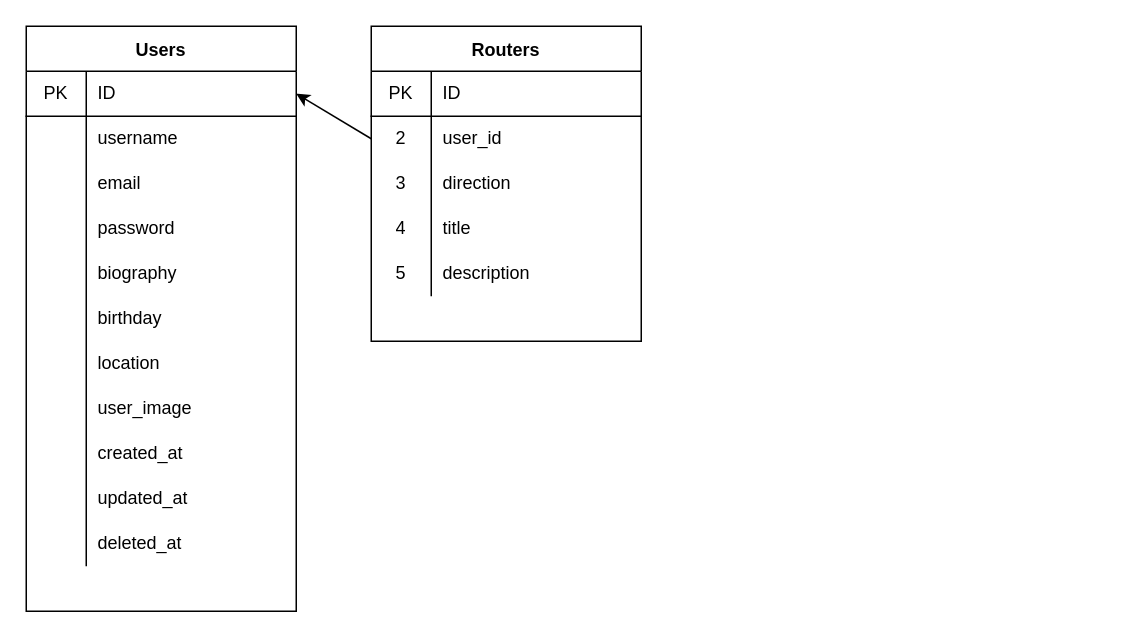
This is api/ER.drawio from mamyudapao/CyclingRouter, a draw.io file, before an edit. Source tidied: cells renumbered, new cells numbered last; positions are measured from the earlier drawing's top-left corner, leaving out a move shared by most shapes. Both pictures are drawn from the tidied source at 150%, with x=0, y=0 at pixel (26, 26).
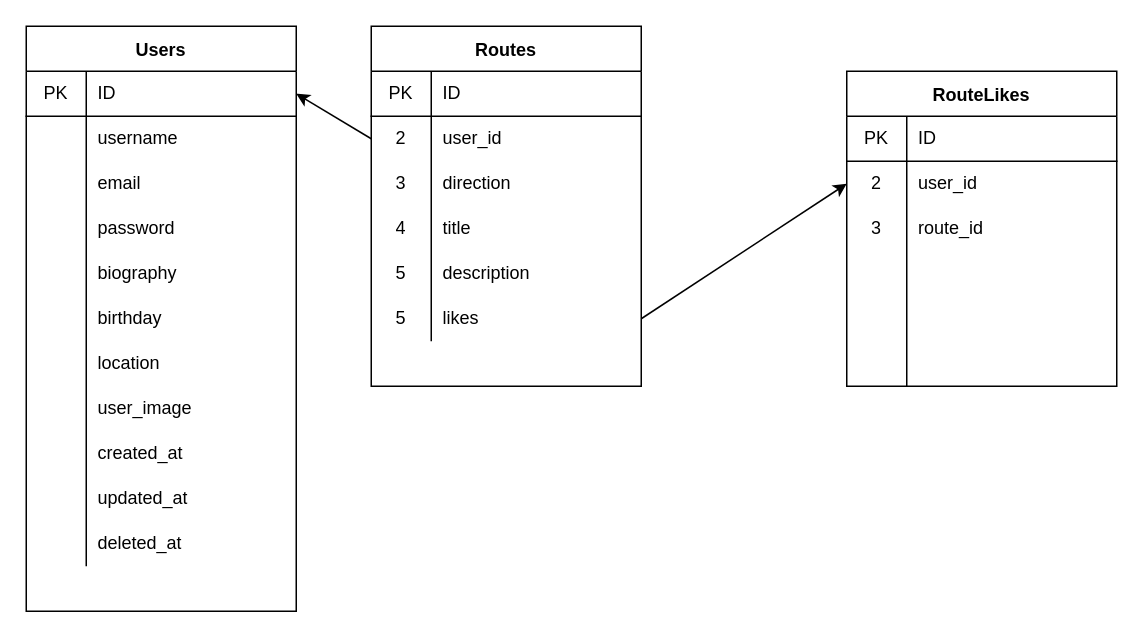
Above is the later version.

What changed in the source:
```diff
@@
+    <mxCell id="53" style="edgeStyle=none;html=1;exitX=1;exitY=0.5;exitDx=0;exitDy=0;entryX=0;entryY=0.5;entryDx=0;entryDy=0;" parent="1" edge="1" source="54" target="61">
+      <mxGeometry relative="1" as="geometry" />
+    </mxCell>
-    <mxCell id="37" value="Routers" style="shape=table;startSize=30;childLayout=tableLayout;rowLines=0;fontStyle=1;align=center;" parent="1" vertex="1">
-      <mxGeometry x="230" width="180" height="210" as="geometry" />
+    <mxCell id="37" value="Routes" style="shape=table;startSize=30;childLayout=tableLayout;rowLines=0;fontStyle=1;align=center;" parent="1" vertex="1">
+      <mxGeometry x="230" width="180" height="240" as="geometry" />
     </mxCell>
@@
+    <mxCell id="54" style="shape=partialRectangle;html=1;whiteSpace=wrap;fillColor=none;top=0;left=0;bottom=0;right=0;points=[[0,0.5],[1,0.5]];portConstraint=eastwest;" parent="37" vertex="1">
+      <mxGeometry y="180" width="180" height="30" as="geometry" />
+    </mxCell>
+    <mxCell id="55" value="5" style="shape=partialRectangle;html=1;whiteSpace=wrap;fillColor=none;top=0;left=0;bottom=0;right=0;overflow=hidden;" parent="54" vertex="1">
+      <mxGeometry width="40" height="30" as="geometry" />
+    </mxCell>
+    <mxCell id="56" value="likes" style="shape=partialRectangle;html=1;whiteSpace=wrap;fillColor=none;top=0;left=0;bottom=0;right=0;align=left;spacingLeft=6;overflow=hidden;" parent="54" vertex="1">
+      <mxGeometry x="40" width="140" height="30" as="geometry" />
+    </mxCell>
+    <mxCell id="57" value="RouteLikes" style="shape=table;startSize=30;childLayout=tableLayout;rowLines=0;fontStyle=1;align=center;" parent="1" vertex="1">
+      <mxGeometry x="547" y="30" width="180" height="210" as="geometry" />
+    </mxCell>
+    <mxCell id="58" style="shape=partialRectangle;html=1;whiteSpace=wrap;fillColor=none;top=0;left=0;bottom=1;right=0;" parent="57" vertex="1">
+      <mxGeometry y="30" width="180" height="30" as="geometry" />
+    </mxCell>
+    <mxCell id="59" value="PK&lt;br&gt;" style="shape=partialRectangle;html=1;whiteSpace=wrap;fillColor=none;top=0;left=0;bottom=0;right=0;overflow=hidden;" parent="58" vertex="1">
+      <mxGeometry width="40" height="30" as="geometry" />
+    </mxCell>
+    <mxCell id="60" value="ID" style="shape=partialRectangle;html=1;whiteSpace=wrap;fillColor=none;top=0;left=0;bottom=0;right=0;align=left;spacingLeft=6;overflow=hidden;" parent="58" vertex="1">
+      <mxGeometry x="40" width="140" height="30" as="geometry" />
+    </mxCell>
+    <mxCell id="61" style="shape=partialRectangle;html=1;whiteSpace=wrap;fillColor=none;top=0;left=0;bottom=0;right=0;points=[[0,0.5],[1,0.5]];portConstraint=eastwest;" parent="57" vertex="1">
+      <mxGeometry y="60" width="180" height="30" as="geometry" />
+    </mxCell>
+    <mxCell id="62" value="2" style="shape=partialRectangle;html=1;whiteSpace=wrap;fillColor=none;top=0;left=0;bottom=0;right=0;overflow=hidden;" parent="61" vertex="1">
+      <mxGeometry width="40" height="30" as="geometry" />
+    </mxCell>
+    <mxCell id="63" value="user_id" style="shape=partialRectangle;html=1;whiteSpace=wrap;fillColor=none;top=0;left=0;bottom=0;right=0;align=left;spacingLeft=6;overflow=hidden;" parent="61" vertex="1">
+      <mxGeometry x="40" width="140" height="30" as="geometry" />
+    </mxCell>
+    <mxCell id="64" style="shape=partialRectangle;html=1;whiteSpace=wrap;fillColor=none;top=0;left=0;bottom=0;right=0;" parent="57" vertex="1">
+      <mxGeometry y="90" width="180" height="30" as="geometry" />
+    </mxCell>
+    <mxCell id="65" value="3" style="shape=partialRectangle;html=1;whiteSpace=wrap;fillColor=none;top=0;left=0;bottom=0;right=0;overflow=hidden;" parent="64" vertex="1">
+      <mxGeometry width="40" height="30" as="geometry" />
+    </mxCell>
+    <mxCell id="66" value="route_id" style="shape=partialRectangle;html=1;whiteSpace=wrap;fillColor=none;top=0;left=0;bottom=0;right=0;align=left;spacingLeft=6;overflow=hidden;" parent="64" vertex="1">
+      <mxGeometry x="40" width="140" height="30" as="geometry" />
+    </mxCell>
+    <mxCell id="67" style="shape=partialRectangle;html=1;whiteSpace=wrap;fillColor=none;top=0;left=0;bottom=0;right=0;" parent="57" vertex="1">
+      <mxGeometry y="120" width="180" height="30" as="geometry" />
+    </mxCell>
+    <mxCell id="68" style="shape=partialRectangle;html=1;whiteSpace=wrap;fillColor=none;top=0;left=0;bottom=0;right=0;overflow=hidden;" parent="67" vertex="1">
+      <mxGeometry width="40" height="30" as="geometry" />
+    </mxCell>
+    <mxCell id="69" style="shape=partialRectangle;html=1;whiteSpace=wrap;fillColor=none;top=0;left=0;bottom=0;right=0;align=left;spacingLeft=6;overflow=hidden;" parent="67" vertex="1">
+      <mxGeometry x="40" width="140" height="30" as="geometry" />
+    </mxCell>
+    <mxCell id="70" style="shape=partialRectangle;html=1;whiteSpace=wrap;fillColor=none;top=0;left=0;bottom=0;right=0;" parent="57" vertex="1">
+      <mxGeometry y="150" width="180" height="30" as="geometry" />
+    </mxCell>
+    <mxCell id="71" style="shape=partialRectangle;html=1;whiteSpace=wrap;fillColor=none;top=0;left=0;bottom=0;right=0;overflow=hidden;" parent="70" vertex="1">
+      <mxGeometry width="40" height="30" as="geometry" />
+    </mxCell>
+    <mxCell id="72" style="shape=partialRectangle;html=1;whiteSpace=wrap;fillColor=none;top=0;left=0;bottom=0;right=0;align=left;spacingLeft=6;overflow=hidden;" parent="70" vertex="1">
+      <mxGeometry x="40" width="140" height="30" as="geometry" />
+    </mxCell>
+    <mxCell id="73" style="shape=partialRectangle;html=1;whiteSpace=wrap;fillColor=none;top=0;left=0;bottom=0;right=0;" parent="57" vertex="1">
+      <mxGeometry y="180" width="180" height="30" as="geometry" />
+    </mxCell>
+    <mxCell id="74" style="shape=partialRectangle;html=1;whiteSpace=wrap;fillColor=none;top=0;left=0;bottom=0;right=0;overflow=hidden;" parent="73" vertex="1">
+      <mxGeometry width="40" height="30" as="geometry" />
+    </mxCell>
+    <mxCell id="75" style="shape=partialRectangle;html=1;whiteSpace=wrap;fillColor=none;top=0;left=0;bottom=0;right=0;align=left;spacingLeft=6;overflow=hidden;" parent="73" vertex="1">
+      <mxGeometry x="40" width="140" height="30" as="geometry" />
+    </mxCell>
```
